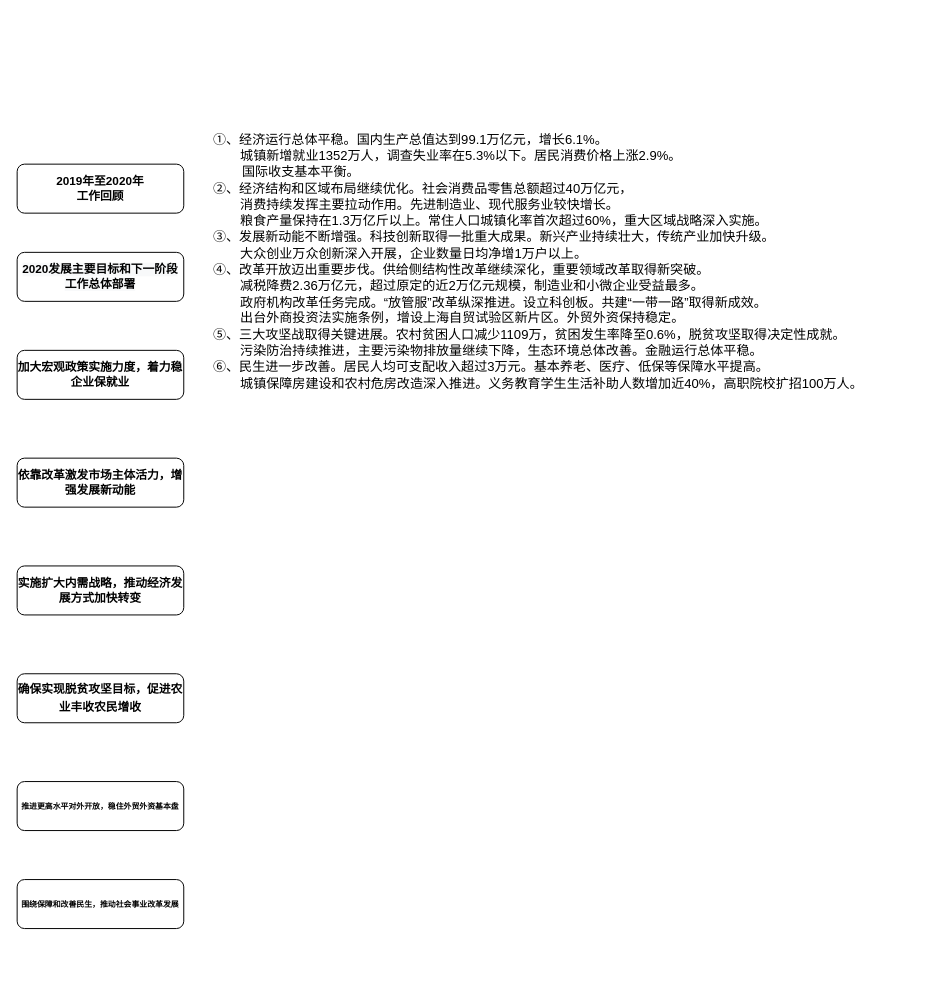
Earlier version of the draw.io diagram 2020经济分析.drawio (UTOUUCENTER-CD/draw.io). Source tidied: cells renumbered, new cells numbered last; positions are measured from the earlier drawing's top-left corner, leaving out a move shared by most shapes. Both pictures are drawn from the tidied source at 98%, with x=0, y=0 at pixel (17, 134).
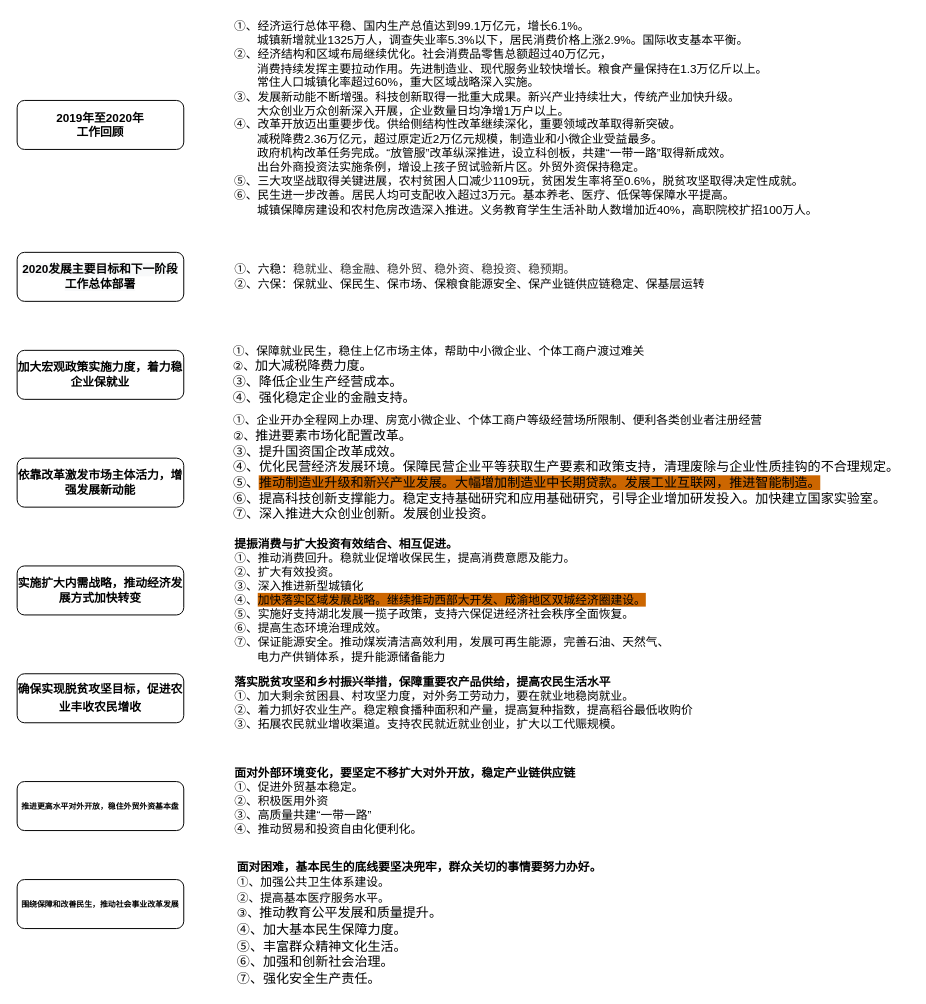
The same diagram, later.

Commit message:
更新2020经济分析.drawio

What changed in the source:
```diff
@@
     <mxCell id="2" value="&lt;div&gt;&lt;div class=&quot;document&quot;&gt;&lt;h6&gt;&lt;span style=&quot;background: transparent ; letter-spacing: 0pt ; vertical-align: baseline&quot;&gt;&lt;font style=&quot;font-size: 12px&quot;&gt;2019年至2020年&lt;br&gt;工作回顾&lt;/font&gt;&lt;/span&gt;&lt;/h6&gt;&lt;/div&gt;&lt;/div&gt;" style="rounded=1;whiteSpace=wrap;html=1;" parent="1" vertex="1">
-      <mxGeometry y="30" width="170" height="50" as="geometry" />
+      <mxGeometry y="-35" width="170" height="50" as="geometry" />
     </mxCell>
@@
-    <mxCell id="10" value="&lt;div&gt;&lt;div class=&quot;document&quot;&gt;&lt;p class=&quot;paragraph text-align-type-left pap-line-1.3 pap-line-rule-auto pap-spacing-before-0pt pap-spacing-after-0pt pap-firstline-indent-32pt&quot; style=&quot;text-align: left ; line-height: 130% ; margin-top: 0px ; margin-bottom: 0px ; text-indent: 42.666666666666664px&quot;&gt;&lt;span style=&quot;font-size: 10pt ; background: transparent ; letter-spacing: 0pt ; vertical-align: baseline&quot;&gt;①、经济运行总体平稳。国内生产总值达到99.1万亿元，增长6.1%。&lt;br&gt;&amp;nbsp; &amp;nbsp; &amp;nbsp; &amp;nbsp; &amp;nbsp; &amp;nbsp; &amp;nbsp; &amp;nbsp; &amp;nbsp; &amp;nbsp;城镇新增就业1352万人，调查失业率在5.3%以下。居民消费价格上涨2.9%。&lt;/span&gt;&lt;/p&gt;&lt;p class=&quot;paragraph text-align-type-left pap-line-1.3 pap-line-rule-auto pap-spacing-before-0pt pap-spacing-after-0pt pap-firstline-indent-32pt&quot; style=&quot;text-align: left ; line-height: 130% ; margin-top: 0px ; margin-bottom: 0px ; text-indent: 42.666666666666664px&quot;&gt;&lt;span style=&quot;font-size: 10pt ; background: transparent ; letter-spacing: 0pt ; vertical-align: baseline&quot;&gt;&amp;nbsp; &amp;nbsp; &amp;nbsp; &amp;nbsp; 国际收支基本平衡。&lt;/span&gt;&lt;span style=&quot;font-size: 10pt ; font-family: &amp;#34;microsoft yahei&amp;#34; , , &amp;#34;pingfang sc&amp;#34; , &amp;#34;noto sans cjk sc&amp;#34; , &amp;#34;sf pro&amp;#34; , &amp;#34;roboto&amp;#34; , &amp;#34;droid sans&amp;#34; , &amp;#34;helvetica&amp;#34; , &amp;#34;tahoma&amp;#34; , &amp;#34;arial&amp;#34; , &amp;#34;hiragino sans gb&amp;#34; , &amp;#34;heiti sc&amp;#34; , sans-serif ; background: transparent ; letter-spacing: 0pt ; vertical-align: baseline&quot;&gt;&lt;/span&gt;&lt;/p&gt;&lt;p class=&quot;paragraph text-align-type-left pap-line-1.3 pap-line-rule-auto pap-spacing-before-0pt pap-spacing-after-0pt pap-firstline-indent-32pt&quot; style=&quot;text-align: left ; line-height: 130% ; margin-top: 0px ; margin-bottom: 0px ; text-indent: 42.666666666666664px&quot;&gt;&lt;span style=&quot;font-size: 10pt ; background: transparent ; letter-spacing: 0pt ; vertical-align: baseline&quot;&gt;②、经济结构和区域布局继续优化。社会消费品零售总额超过40万亿元，&lt;br&gt;&amp;nbsp; &amp;nbsp; &amp;nbsp; &amp;nbsp; &amp;nbsp; &amp;nbsp; &amp;nbsp; &amp;nbsp; &amp;nbsp; &amp;nbsp;消费持续发挥主要拉动作用。先进制造业、现代服务业较快增长。&lt;br&gt;&amp;nbsp; &amp;nbsp; &amp;nbsp; &amp;nbsp; &amp;nbsp; &amp;nbsp; &amp;nbsp; &amp;nbsp; &amp;nbsp; &amp;nbsp;粮食产量保持在1.3万亿斤以上。常住人口城镇化率首次超过60%，重大区域战略深入实施。&lt;/span&gt;&lt;span style=&quot;font-size: 10pt ; font-family: &amp;#34;microsoft yahei&amp;#34; , , &amp;#34;pingfang sc&amp;#34; , &amp;#34;noto sans cjk sc&amp;#34; , &amp;#34;sf pro&amp;#34; , &amp;#34;roboto&amp;#34; , &amp;#34;droid sans&amp;#34; , &amp;#34;helvetica&amp;#34; , &amp;#34;tahoma&amp;#34; , &amp;#34;arial&amp;#34; , &amp;#34;hiragino sans gb&amp;#34; , &amp;#34;heiti sc&amp;#34; , sans-serif ; background: transparent ; letter-spacing: 0pt ; vertical-align: baseline&quot;&gt;&lt;/span&gt;&lt;/p&gt;&lt;p class=&quot;paragraph text-align-type-left pap-line-1.3 pap-line-rule-auto pap-spacing-before-0pt pap-spacing-after-0pt pap-firstline-indent-32pt&quot; style=&quot;text-align: left ; line-height: 130% ; margin-top: 0px ; margin-bottom: 0px ; text-indent: 42.666666666666664px&quot;&gt;&lt;span style=&quot;font-size: 10pt ; background: transparent ; letter-spacing: 0pt ; vertical-align: baseline&quot;&gt;③、发展新动能不断增强。科技创新取得一批重大成果。新兴产业持续壮大，传统产业加快升级。&lt;br&gt;&amp;nbsp; &amp;nbsp; &amp;nbsp; &amp;nbsp; &amp;nbsp; &amp;nbsp; &amp;nbsp; &amp;nbsp; &amp;nbsp; &amp;nbsp;大众创业万众创新深入开展，企业数量日均净增1万户以上。&lt;/span&gt;&lt;span style=&quot;font-size: 10pt ; font-family: &amp;#34;microsoft yahei&amp;#34; , , &amp;#34;pingfang sc&amp;#34; , &amp;#34;noto sans cjk sc&amp;#34; , &amp;#34;sf pro&amp;#34; , &amp;#34;roboto&amp;#34; , &amp;#34;droid sans&amp;#34; , &amp;#34;helvetica&amp;#34; , &amp;#34;tahoma&amp;#34; , &amp;#34;arial&amp;#34; , &amp;#34;hiragino sans gb&amp;#34; , &amp;#34;heiti sc&amp;#34; , sans-serif ; background: transparent ; letter-spacing: 0pt ; vertical-align: baseline&quot;&gt;&lt;/span&gt;&lt;/p&gt;&lt;p class=&quot;paragraph text-align-type-left pap-line-1.3 pap-line-rule-auto pap-spacing-before-0pt pap-spacing-after-0pt pap-firstline-indent-32pt&quot; style=&quot;text-align: left ; line-height: 130% ; margin-top: 0px ; margin-bottom: 0px ; text-indent: 42.666666666666664px&quot;&gt;&lt;span style=&quot;font-size: 10pt ; background: transparent ; letter-spacing: 0pt ; vertical-align: baseline&quot;&gt;④、改革开放迈出重要步伐。供给侧结构性改革继续深化，重要领域改革取得新突破。&lt;br&gt;&amp;nbsp; &amp;nbsp; &amp;nbsp; &amp;nbsp; &amp;nbsp; &amp;nbsp; &amp;nbsp; &amp;nbsp; &amp;nbsp; &amp;nbsp;减税降费2.36万亿元，超过原定的近2万亿元规模，制造业和小微企业受益最多。&lt;br&gt;&amp;nbsp; &amp;nbsp; &amp;nbsp; &amp;nbsp; &amp;nbsp; &amp;nbsp; &amp;nbsp; &amp;nbsp; &amp;nbsp; &amp;nbsp;政府机构改革任务完成。“放管服”改革纵深推进。设立科创板。共建“一带一路”取得新成效。&lt;br&gt;&amp;nbsp; &amp;nbsp; &amp;nbsp; &amp;nbsp; &amp;nbsp; &amp;nbsp; &amp;nbsp; &amp;nbsp; &amp;nbsp; &amp;nbsp;出台外商投资法实施条例，增设上海自贸试验区新片区。外贸外资保持稳定。&lt;/span&gt;&lt;span style=&quot;font-size: 10pt ; font-family: &amp;#34;microsoft yahei&amp;#34; , , &amp;#34;pingfang sc&amp;#34; , &amp;#34;noto sans cjk sc&amp;#34; , &amp;#34;sf pro&amp;#34; , &amp;#34;roboto&amp;#34; , &amp;#34;droid sans&amp;#34; , &amp;#34;helvetica&amp;#34; , &amp;#34;tahoma&amp;#34; , &amp;#34;arial&amp;#34; , &amp;#34;hiragino sans gb&amp;#34; , &amp;#34;heiti sc&amp;#34; , sans-serif ; background: transparent ; letter-spacing: 0pt ; vertical-align: baseline&quot;&gt;&lt;/span&gt;&lt;/p&gt;&lt;p class=&quot;paragraph text-align-type-left pap-line-1.3 pap-line-rule-auto pap-spacing-before-0pt pap-spacing-after-0pt pap-firstline-indent-32pt&quot; style=&quot;text-align: left ; line-height: 130% ; margin-top: 0px ; margin-bottom: 0px ; text-indent: 42.666666666666664px&quot;&gt;&lt;span style=&quot;font-size: 10pt ; background: transparent ; letter-spacing: 0pt ; vertical-align: baseline&quot;&gt;⑤、三大攻坚战取得关键进展。农村贫困人口减少1109万，贫困发生率降至0.6%，脱贫攻坚取得决定性成就。&lt;br&gt;&amp;nbsp; &amp;nbsp; &amp;nbsp; &amp;nbsp; &amp;nbsp; &amp;nbsp; &amp;nbsp; &amp;nbsp; &amp;nbsp; &amp;nbsp;污染防治持续推进，主要污染物排放量继续下降，生态环境总体改善。金融运行总体平稳。&lt;/span&gt;&lt;span style=&quot;font-size: 10pt ; font-family: &amp;#34;microsoft yahei&amp;#34; , , &amp;#34;pingfang sc&amp;#34; , &amp;#34;noto sans cjk sc&amp;#34; , &amp;#34;sf pro&amp;#34; , &amp;#34;roboto&amp;#34; , &amp;#34;droid sans&amp;#34; , &amp;#34;helvetica&amp;#34; , &amp;#34;tahoma&amp;#34; , &amp;#34;arial&amp;#34; , &amp;#34;hiragino sans gb&amp;#34; , &amp;#34;heiti sc&amp;#34; , sans-serif ; background: transparent ; letter-spacing: 0pt ; vertical-align: baseline&quot;&gt;&lt;/span&gt;&lt;/p&gt;&lt;p class=&quot;paragraph text-align-type-left pap-line-1.3 pap-line-rule-auto pap-spacing-before-0pt pap-spacing-after-0pt pap-firstline-indent-32pt&quot; style=&quot;text-align: left ; line-height: 130% ; margin-top: 0px ; margin-bottom: 0px ; text-indent: 42.666666666666664px&quot;&gt;&lt;span style=&quot;font-size: 10pt ; background: transparent ; letter-spacing: 0pt ; vertical-align: baseline&quot;&gt;⑥、民生进一步改善。居民人均可支配收入超过3万元。基本养老、医疗、低保等保障水平提高。&lt;br&gt;&amp;nbsp; &amp;nbsp; &amp;nbsp; &amp;nbsp; &amp;nbsp; &amp;nbsp; &amp;nbsp; &amp;nbsp; &amp;nbsp; &amp;nbsp;城镇保障房建设和农村危房改造深入推进。义务教育学生生活补助人数增加近40%，高职院校扩招100万人。&lt;/span&gt;&lt;/p&gt;&lt;/div&gt;&lt;/div&gt;" style="text;html=1;align=center;verticalAlign=middle;" parent="1" vertex="1">
-      <mxGeometry x="150" width="720" height="260" as="geometry" />
-    </mxCell>
+    <mxCell id="11" value="&amp;nbsp; &amp;nbsp;①、六稳：&lt;span style=&quot;color: rgb(51 , 51 , 51) ; font-family: &amp;#34;arial&amp;#34; ; background-color: rgb(255 , 255 , 255)&quot;&gt;&lt;font style=&quot;font-size: 12px&quot;&gt;稳就业、稳金融、稳外贸、稳外资、稳投资、稳预期。&lt;/font&gt;&lt;/span&gt;&lt;br&gt;&amp;nbsp; &amp;nbsp;②、六保：保就业、保民生、保市场、保粮食能源安全、保产业链供应链稳定、保基层运转" style="text;html=1;align=left;verticalAlign=middle;" parent="1" vertex="1">
+      <mxGeometry x="210" y="130" width="510" height="30" as="geometry" />
+    </mxCell>
+    <mxCell id="12" value="&lt;div style=&quot;text-align: left&quot;&gt;&lt;span&gt;①、保障就业民生，稳住上亿市场主体，帮助中小微企业、个体工商户渡过难关&lt;br&gt;②、&lt;/span&gt;&lt;span style=&quot;background-color: transparent ; font-size: 10pt ; letter-spacing: 0pt ; text-indent: 42.6667px&quot;&gt;加大减税降费力度。&lt;/span&gt;&lt;/div&gt;&lt;div style=&quot;text-align: left&quot;&gt;&lt;span style=&quot;background-color: transparent ; font-size: 10pt ; letter-spacing: 0pt ; text-indent: 42.6667px&quot;&gt;③、&lt;/span&gt;&lt;span style=&quot;background-color: transparent ; font-size: 10pt ; letter-spacing: 0pt ; text-indent: 42.6667px&quot;&gt;降低企业生产经营成本。&lt;/span&gt;&lt;/div&gt;&lt;div style=&quot;text-align: left&quot;&gt;&lt;span style=&quot;background-color: transparent ; font-size: 10pt ; letter-spacing: 0pt ; text-indent: 42.6667px&quot;&gt;④、强化稳定企业的金融支持。&lt;/span&gt;&lt;/div&gt;" style="text;html=1;align=center;verticalAlign=middle;" parent="1" vertex="1">
+      <mxGeometry x="210" y="215" width="440" height="60" as="geometry" />
+    </mxCell>
+    <mxCell id="13" value="&lt;div style=&quot;text-align: left&quot;&gt;&lt;span&gt;①、企业开办全程网上办理、房宽小微企业、个体工商户等级经营场所限制、便利各类创业者注册经营&lt;/span&gt;&lt;/div&gt;&lt;div style=&quot;text-align: left&quot;&gt;&lt;span&gt;②、&lt;/span&gt;&lt;span style=&quot;background-color: transparent ; font-size: 10pt ; letter-spacing: 0pt ; text-indent: 42.6667px&quot;&gt;推进要素市场化配置改革。&lt;br&gt;③、提升国资国企改革成效。&lt;/span&gt;&lt;/div&gt;&lt;div style=&quot;text-align: left&quot;&gt;&lt;span style=&quot;background-color: transparent ; font-size: 10pt ; letter-spacing: 0pt ; text-indent: 42.6667px&quot;&gt;④、优化民营经济发展环境。保障民营企业平等获取生产要素和政策支持，清理废除与企业性质挂钩的不合理规定。&lt;/span&gt;&lt;/div&gt;&lt;div style=&quot;text-align: left&quot;&gt;&lt;span style=&quot;font-size: 10pt ; letter-spacing: 0pt ; text-indent: 42.6667px&quot;&gt;⑤、&lt;font style=&quot;background-color: rgb(204 , 102 , 0)&quot;&gt;推动制造业升级和新兴产业发展。大幅增加制造业中长期贷款。发展工业互联网，推进智能制造。&lt;/font&gt;&lt;br&gt;⑥、提高科技创新支撑能力。稳定支持基础研究和应用基础研究，引导企业增加研发投入。加快建立国家实验室。&lt;br&gt;⑦、深入推进大众创业创新。发展创业投资。&lt;/span&gt;&lt;/div&gt;" style="text;html=1;align=center;verticalAlign=middle;" parent="1" vertex="1">
+      <mxGeometry x="210" y="290" width="700" height="100" as="geometry" />
+    </mxCell>
+    <mxCell id="14" value="&lt;b&gt;提振消费与扩大投资有效结合、相互促进。&lt;/b&gt;&lt;br&gt;①、推动消费回升。稳就业促增收保民生，提高消费意愿及能力。&lt;br&gt;②、扩大有效投资。&lt;br&gt;③、深入推进新型城镇化&lt;br&gt;④、&lt;span style=&quot;background-color: rgb(204 , 102 , 0)&quot;&gt;加快落实区域发展战略。继续推动西部大开发、成渝地区双城经济圈建设。&lt;/span&gt;&lt;br&gt;⑤、实施好支持湖北发展一揽子政策，支持六保促进经济社会秩序全面恢复。&lt;br&gt;⑥、提高生态环境治理成效。&lt;br&gt;⑦、保证能源安全。推动煤炭清洁高效利用，发展可再生能源，完善石油、天然气、&lt;br&gt;&amp;nbsp; &amp;nbsp; &amp;nbsp; &amp;nbsp;电力产供销体系，提升能源储备能力" style="text;html=1;align=left;verticalAlign=middle;" parent="1" vertex="1">
+      <mxGeometry x="220" y="410" width="460" height="130" as="geometry" />
+    </mxCell>
+    <mxCell id="15" value="&lt;b&gt;落实脱贫攻坚和乡村振兴举措，保障重要农产品供给，提高农民生活水平&lt;br&gt;&lt;/b&gt;①、加大剩余贫困县、村攻坚力度，对外务工劳动力，要在就业地稳岗就业。&lt;br&gt;②、着力抓好农业生产。稳定粮食播种面积和产量，提高复种指数，提高稻谷最低收购价&lt;br&gt;③、拓展农民就业增收渠道。支持农民就近就业创业，扩大以工代赈规模。" style="text;html=1;align=left;verticalAlign=middle;" parent="1" vertex="1">
+      <mxGeometry x="220" y="550" width="480" height="60" as="geometry" />
+    </mxCell>
+    <mxCell id="16" value="&lt;b&gt;面对外部环境变化，要坚定不移扩大对外开放，稳定产业链供应链&lt;/b&gt;&lt;br&gt;①、促进外贸基本稳定。&lt;br&gt;②、积极医用外资&lt;br&gt;③、高质量共建“一带一路”&lt;br&gt;④、推动贸易和投资自由化便利化。" style="text;html=1;align=left;verticalAlign=middle;" parent="1" vertex="1">
+      <mxGeometry x="220" y="640" width="360" height="80" as="geometry" />
+    </mxCell>
+    <mxCell id="17" value="&lt;div style=&quot;text-align: left&quot;&gt;&lt;span&gt;①、经济运行总体平稳、国内生产总值达到99.1万亿元，增长6.1%。&lt;/span&gt;&lt;/div&gt;&lt;font style=&quot;font-size: 12px&quot;&gt;&lt;div style=&quot;text-align: left&quot;&gt;&lt;span&gt;&amp;nbsp; &amp;nbsp; &amp;nbsp; &amp;nbsp;城镇新增就业1325万人，调查失业率5.3%以下，居民消费价格上涨2.9%。国际收支基本平衡。&lt;/span&gt;&lt;/div&gt;&lt;div style=&quot;text-align: left&quot;&gt;&lt;span&gt;②、经济结构和区域布局继续优化。社会消费品零售总额超过40万亿元，&lt;br&gt;&amp;nbsp; &amp;nbsp; &amp;nbsp; &amp;nbsp;消费持续发挥主要拉动作用。先进制造业、现代服务业较快增长。粮食产量保持在1.3万亿斤以上。&lt;br&gt;&amp;nbsp; &amp;nbsp; &amp;nbsp; &amp;nbsp;常住人口城镇化率超过60%，重大区域战略深入实施。&lt;br&gt;③、发展新动能不断增强。科技创新取得一批重大成果。新兴产业持续壮大，传统产业加快升级。&lt;br&gt;&amp;nbsp; &amp;nbsp; &amp;nbsp; &amp;nbsp;大众创业万众创新深入开展，企业数量日均净增1万户以上。&lt;/span&gt;&lt;/div&gt;&lt;div style=&quot;text-align: left&quot;&gt;&lt;span&gt;④、改革开放迈出重要步伐。供给侧结构性改革继续深化，重要领域改革取得新突破。&lt;/span&gt;&lt;/div&gt;&lt;div style=&quot;text-align: left&quot;&gt;&lt;span&gt;&amp;nbsp; &amp;nbsp; &amp;nbsp; &amp;nbsp;减税降费2.36万亿元，超过原定近2万亿元规模，制造业和小微企业受益最多。&lt;br&gt;&amp;nbsp; &amp;nbsp; &amp;nbsp; &amp;nbsp;政府机构改革任务完成。“放管服”改革纵深推进，设立科创板，共建“一带一路”取得新成效。&lt;/span&gt;&lt;/div&gt;&lt;div style=&quot;text-align: left&quot;&gt;&lt;span&gt;&amp;nbsp; &amp;nbsp; &amp;nbsp; &amp;nbsp;出台外商投资法实施条例，增设上孩子贸试验新片区。外贸外资保持稳定。&lt;/span&gt;&lt;/div&gt;&lt;div style=&quot;text-align: left&quot;&gt;&lt;span&gt;⑤、三大攻坚战取得关键进展，农村贫困人口减少1109玩，贫困发生率将至0.6%，脱贫攻坚取得决定性成就。&lt;/span&gt;&lt;/div&gt;&lt;div style=&quot;text-align: left&quot;&gt;&lt;span&gt;⑥、民生进一步改善。居民人均可支配收入超过3万元。基本养老、医疗、低保等保障水平提高。&lt;/span&gt;&lt;/div&gt;&lt;div style=&quot;text-align: left&quot;&gt;&lt;span&gt;&amp;nbsp; &amp;nbsp; &amp;nbsp; &amp;nbsp;城镇保障房建设和农村危房改造深入推进。义务教育学生生活补助人数增加近40%，高职院校扩招100万人。&lt;/span&gt;&lt;/div&gt;&lt;div style=&quot;text-align: left&quot;&gt;&lt;span&gt;&lt;br&gt;&lt;/span&gt;&lt;/div&gt;&lt;/font&gt;" style="text;html=1;align=center;verticalAlign=middle;" parent="1" vertex="1">
+      <mxGeometry x="214" y="-120" width="610" height="220" as="geometry" />
+    </mxCell>
+    <mxCell id="18" value="&lt;div class=&quot;document&quot;&gt;&lt;p class=&quot;paragraph text-align-type-left pap-line-1.3 pap-line-rule-auto pap-spacing-before-0pt pap-spacing-after-0pt pap-firstline-indent-32pt&quot; style=&quot;line-height: 130% ; margin-top: 0px ; margin-bottom: 0px ; text-indent: 42.6667px&quot;&gt;&lt;span style=&quot;background: transparent ; letter-spacing: 0pt ; vertical-align: baseline&quot;&gt;&lt;b&gt;&lt;font style=&quot;font-size: 12px&quot;&gt;面对困难，基本民生的底线要坚决兜牢，群众关切的事情要努力办好。&lt;/font&gt;&lt;/b&gt;&lt;/span&gt;&lt;/p&gt;&lt;p class=&quot;paragraph text-align-type-left pap-line-1.3 pap-line-rule-auto pap-spacing-before-0pt pap-spacing-after-0pt pap-firstline-indent-32pt&quot; style=&quot;line-height: 130% ; margin-top: 0px ; margin-bottom: 0px ; text-indent: 42.6667px&quot;&gt;&lt;span style=&quot;background: transparent ; letter-spacing: 0pt ; vertical-align: baseline&quot;&gt;&lt;font style=&quot;font-size: 12px&quot;&gt;①、加强公共卫生体系建设。&lt;/font&gt;&lt;/span&gt;&lt;/p&gt;&lt;p class=&quot;paragraph text-align-type-left pap-line-1.3 pap-line-rule-auto pap-spacing-before-0pt pap-spacing-after-0pt pap-firstline-indent-32pt&quot; style=&quot;line-height: 130% ; margin-top: 0px ; margin-bottom: 0px ; text-indent: 42.6667px&quot;&gt;&lt;span style=&quot;background: transparent ; letter-spacing: 0pt ; vertical-align: baseline&quot;&gt;&lt;font style=&quot;font-size: 12px&quot;&gt;②、提高基本医疗服务水平。&lt;/font&gt;&lt;/span&gt;&lt;/p&gt;&lt;p class=&quot;paragraph text-align-type-left pap-line-1.3 pap-line-rule-auto pap-spacing-before-0pt pap-spacing-after-0pt pap-firstline-indent-32pt&quot; style=&quot;line-height: 130% ; margin-top: 0px ; margin-bottom: 0px ; text-indent: 42.6667px&quot;&gt;③、&lt;span style=&quot;background-color: transparent ; font-size: 10pt ; letter-spacing: 0pt ; text-indent: 42.6667px&quot;&gt;推动教育公平发展和质量提升。&lt;/span&gt;&lt;/p&gt;&lt;p class=&quot;paragraph text-align-type-left pap-line-1.3 pap-line-rule-auto pap-spacing-before-0pt pap-spacing-after-0pt pap-firstline-indent-32pt&quot; style=&quot;line-height: 130% ; margin-top: 0px ; margin-bottom: 0px ; text-indent: 42.6667px&quot;&gt;&lt;span style=&quot;background-color: transparent ; font-size: 10pt ; letter-spacing: 0pt ; text-indent: 42.6667px&quot;&gt;④、&lt;/span&gt;&lt;span style=&quot;background-color: transparent ; font-size: 10pt ; letter-spacing: 0pt ; text-indent: 42.6667px&quot;&gt;加大基本民生保障力度。&lt;/span&gt;&lt;/p&gt;&lt;p class=&quot;paragraph text-align-type-left pap-line-1.3 pap-line-rule-auto pap-spacing-before-0pt pap-spacing-after-0pt pap-firstline-indent-32pt&quot; style=&quot;line-height: 130% ; margin-top: 0px ; margin-bottom: 0px ; text-indent: 42.6667px&quot;&gt;&lt;span style=&quot;background-color: transparent ; font-size: 10pt ; letter-spacing: 0pt ; text-indent: 42.6667px&quot;&gt;⑤、&lt;/span&gt;&lt;span style=&quot;background-color: transparent ; font-size: 10pt ; letter-spacing: 0pt ; text-indent: 42.6667px&quot;&gt;丰富群众精神文化生活。&lt;/span&gt;&lt;/p&gt;&lt;p class=&quot;paragraph text-align-type-left pap-line-1.3 pap-line-rule-auto pap-spacing-before-0pt pap-spacing-after-0pt pap-firstline-indent-32pt&quot; style=&quot;line-height: 130% ; margin-top: 0px ; margin-bottom: 0px ; text-indent: 42.6667px&quot;&gt;&lt;span style=&quot;background-color: transparent ; font-size: 10pt ; letter-spacing: 0pt ; text-indent: 42.6667px&quot;&gt;⑥、加强和创新社会治理。&lt;/span&gt;&lt;/p&gt;&lt;p class=&quot;paragraph text-align-type-left pap-line-1.3 pap-line-rule-auto pap-spacing-before-0pt pap-spacing-after-0pt pap-firstline-indent-32pt&quot; style=&quot;line-height: 130% ; margin-top: 0px ; margin-bottom: 0px ; text-indent: 42.6667px&quot;&gt;&lt;span style=&quot;background-color: transparent ; font-size: 10pt ; letter-spacing: 0pt ; text-indent: 42.6667px&quot;&gt;⑦、强化安全生产责任。&lt;/span&gt;&lt;/p&gt;&lt;/div&gt;" style="text;html=1;align=left;verticalAlign=middle;" parent="1" vertex="1">
+      <mxGeometry x="180" y="740" width="430" height="130" as="geometry" />
+    </mxCell>
```
